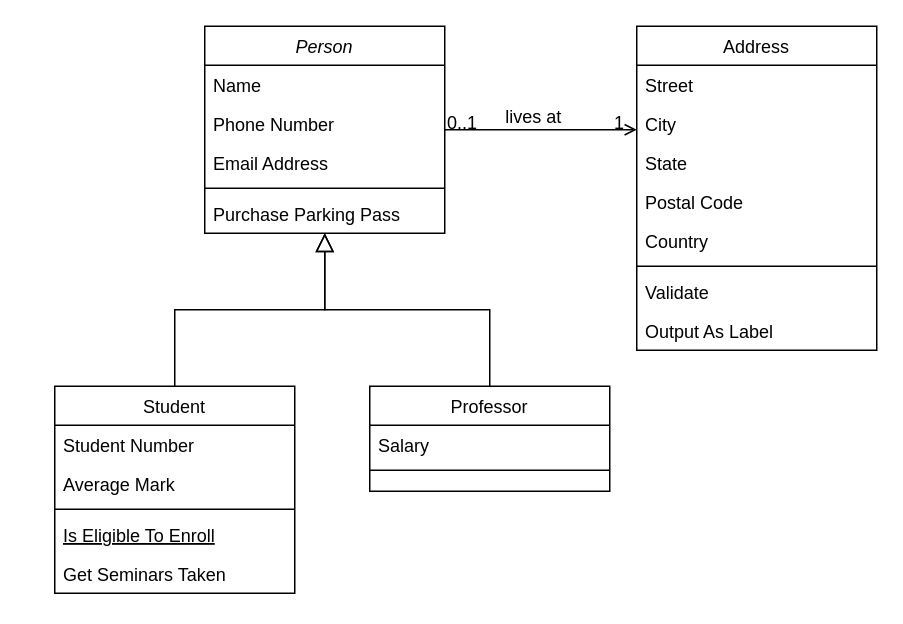
Above: Diagrama sem nome.drawio in Guilhermellg/Banco-de-dados-1-IFSP (draw.io), before the change. Source tidied: cells renumbered, new cells numbered last; positions are measured from the earlier drawing's top-left corner, leaving out a move shared by most shapes. Both pictures are drawn from the tidied source at 150%, with x=0, y=0 at pixel (54, 26).
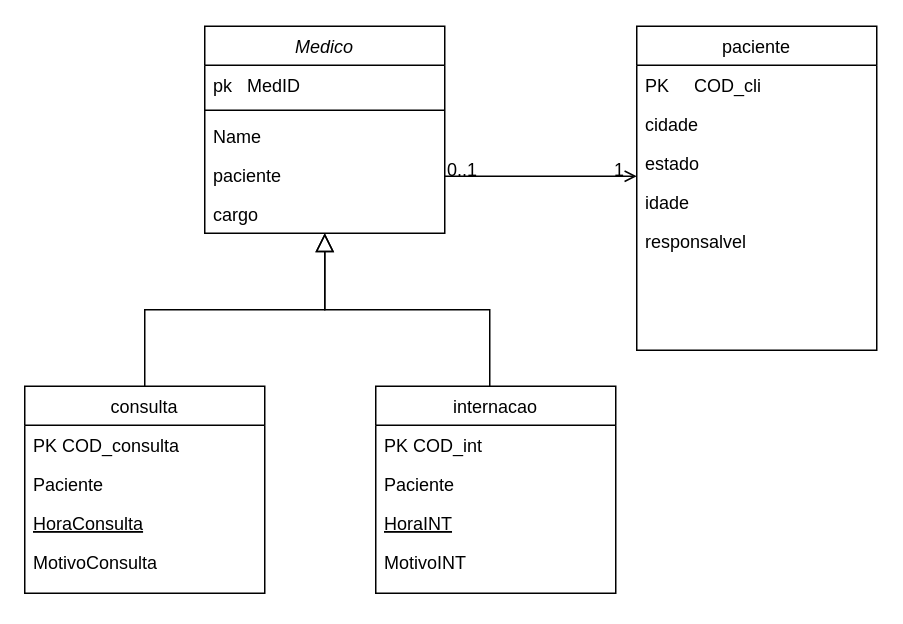
The same page after the edit.

Change to the diagram source:
```diff
@@
-    <mxCell id="2" value="Person" style="swimlane;fontStyle=2;align=center;verticalAlign=top;horizontal=1;startSize=26;rounded=0;shadow=0;strokeWidth=1;" parent="1" vertex="1">
+    <mxCell id="2" value="Medico" style="swimlane;fontStyle=2;align=center;verticalAlign=top;horizontal=1;startSize=26;rounded=0;shadow=0;strokeWidth=1;" parent="1" vertex="1">
       <mxGeometry x="100" width="160" height="138" as="geometry" />
     </mxCell>
+    <mxCell id="7" value="pk   MedID" style="text;align=left;verticalAlign=top;spacingLeft=4;spacingRight=4;overflow=hidden;" parent="2" vertex="1">
+      <mxGeometry y="26" width="160" height="26" as="geometry" />
+    </mxCell>
+    <mxCell id="6" style="line;html=1;strokeWidth=1;align=left;verticalAlign=middle;spacingTop=-1;spacingLeft=3;spacingRight=3;labelPosition=right;" parent="2" vertex="1">
+      <mxGeometry y="52" width="160" height="8" as="geometry" />
+    </mxCell>
     <mxCell id="3" value="Name" style="text;align=left;verticalAlign=top;spacingLeft=4;spacingRight=4;overflow=hidden;" parent="2" vertex="1">
-      <mxGeometry y="26" width="160" height="26" as="geometry" />
+      <mxGeometry y="60" width="160" height="26" as="geometry" />
     </mxCell>
-    <mxCell id="4" value="Phone Number" style="text;align=left;verticalAlign=top;spacingLeft=4;spacingRight=4;overflow=hidden;rounded=0;shadow=0;html=0;" parent="2" vertex="1">
-      <mxGeometry y="52" width="160" height="26" as="geometry" />
+    <mxCell id="4" value="paciente" style="text;align=left;verticalAlign=top;spacingLeft=4;spacingRight=4;overflow=hidden;rounded=0;shadow=0;html=0;" parent="2" vertex="1">
+      <mxGeometry y="86" width="160" height="26" as="geometry" />
     </mxCell>
-    <mxCell id="5" value="Email Address" style="text;align=left;verticalAlign=top;spacingLeft=4;spacingRight=4;overflow=hidden;rounded=0;shadow=0;html=0;" parent="2" vertex="1">
-      <mxGeometry y="78" width="160" height="26" as="geometry" />
+    <mxCell id="5" value="cargo" style="text;align=left;verticalAlign=top;spacingLeft=4;spacingRight=4;overflow=hidden;rounded=0;shadow=0;html=0;" parent="2" vertex="1">
+      <mxGeometry y="112" width="160" height="26" as="geometry" />
     </mxCell>
-    <mxCell id="6" style="line;html=1;strokeWidth=1;align=left;verticalAlign=middle;spacingTop=-1;spacingLeft=3;spacingRight=3;labelPosition=right;" parent="2" vertex="1">
-      <mxGeometry y="104" width="160" height="8" as="geometry" />
-    </mxCell>
-    <mxCell id="7" value="Purchase Parking Pass" style="text;align=left;verticalAlign=top;spacingLeft=4;spacingRight=4;overflow=hidden;" parent="2" vertex="1">
-      <mxGeometry y="112" width="160" height="26" as="geometry" />
-    </mxCell>
-    <mxCell id="8" value="Student" style="swimlane;fontStyle=0;align=center;verticalAlign=top;horizontal=1;startSize=26;rounded=0;shadow=0;strokeWidth=1;" parent="1" vertex="1">
-      <mxGeometry y="240" width="160" height="138" as="geometry" />
+    <mxCell id="8" value="consulta" style="swimlane;fontStyle=0;align=center;verticalAlign=top;horizontal=1;startSize=26;rounded=0;shadow=0;strokeWidth=1;" parent="1" vertex="1">
+      <mxGeometry x="-20" y="240" width="160" height="138" as="geometry" />
     </mxCell>
-    <mxCell id="9" value="Student Number" style="text;align=left;verticalAlign=top;spacingLeft=4;spacingRight=4;overflow=hidden;" parent="8" vertex="1">
+    <mxCell id="9" value="PK COD_consulta" style="text;align=left;verticalAlign=top;spacingLeft=4;spacingRight=4;overflow=hidden;" parent="8" vertex="1">
       <mxGeometry y="26" width="160" height="26" as="geometry" />
     </mxCell>
-    <mxCell id="10" value="Average Mark" style="text;align=left;verticalAlign=top;spacingLeft=4;spacingRight=4;overflow=hidden;rounded=0;shadow=0;html=0;" parent="8" vertex="1">
+    <mxCell id="10" value="Paciente" style="text;align=left;verticalAlign=top;spacingLeft=4;spacingRight=4;overflow=hidden;rounded=0;shadow=0;html=0;" parent="8" vertex="1">
       <mxGeometry y="52" width="160" height="26" as="geometry" />
     </mxCell>
-    <mxCell id="11" style="line;html=1;strokeWidth=1;align=left;verticalAlign=middle;spacingTop=-1;spacingLeft=3;spacingRight=3;labelPosition=right;" parent="8" vertex="1">
-      <mxGeometry y="78" width="160" height="8" as="geometry" />
-    </mxCell>
-    <mxCell id="12" value="Is Eligible To Enroll" style="text;align=left;verticalAlign=top;spacingLeft=4;spacingRight=4;overflow=hidden;fontStyle=4;" parent="8" vertex="1">
-      <mxGeometry y="86" width="160" height="26" as="geometry" />
+    <mxCell id="12" value="HoraConsulta" style="text;align=left;verticalAlign=top;spacingLeft=4;spacingRight=4;overflow=hidden;fontStyle=4;" parent="8" vertex="1">
+      <mxGeometry y="78" width="160" height="26" as="geometry" />
     </mxCell>
-    <mxCell id="13" value="Get Seminars Taken" style="text;align=left;verticalAlign=top;spacingLeft=4;spacingRight=4;overflow=hidden;" parent="8" vertex="1">
-      <mxGeometry y="112" width="160" height="26" as="geometry" />
+    <mxCell id="13" value="MotivoConsulta" style="text;align=left;verticalAlign=top;spacingLeft=4;spacingRight=4;overflow=hidden;" parent="8" vertex="1">
+      <mxGeometry y="104" width="160" height="26" as="geometry" />
     </mxCell>
@@
-    <mxCell id="15" value="Professor" style="swimlane;fontStyle=0;align=center;verticalAlign=top;horizontal=1;startSize=26;rounded=0;shadow=0;strokeWidth=1;" parent="1" vertex="1">
-      <mxGeometry x="210" y="240" width="160" height="70" as="geometry" />
-    </mxCell>
-    <mxCell id="16" value="Salary" style="text;align=left;verticalAlign=top;spacingLeft=4;spacingRight=4;overflow=hidden;" parent="15" vertex="1">
-      <mxGeometry y="26" width="160" height="26" as="geometry" />
-    </mxCell>
-    <mxCell id="17" style="line;html=1;strokeWidth=1;align=left;verticalAlign=middle;spacingTop=-1;spacingLeft=3;spacingRight=3;labelPosition=right;" parent="15" vertex="1">
-      <mxGeometry y="52" width="160" height="8" as="geometry" />
-    </mxCell>
-    <mxCell id="18" style="endArrow=block;endSize=10;endFill=0;shadow=0;strokeWidth=1;rounded=0;curved=0;edgeStyle=elbowEdgeStyle;elbow=vertical;" parent="1" edge="1" source="15" target="2">
-      <mxGeometry relative="1" as="geometry" />
+    <mxCell id="18" style="endArrow=block;endSize=10;endFill=0;shadow=0;strokeWidth=1;rounded=0;curved=0;edgeStyle=elbowEdgeStyle;elbow=vertical;" parent="1" edge="1" target="2">
+      <mxGeometry relative="1" as="geometry">
+        <mxPoint x="290" y="240" as="sourcePoint" />
+      </mxGeometry>
     </mxCell>
-    <mxCell id="19" value="Address" style="swimlane;fontStyle=0;align=center;verticalAlign=top;horizontal=1;startSize=26;rounded=0;shadow=0;strokeWidth=1;" parent="1" vertex="1">
+    <mxCell id="19" value="paciente" style="swimlane;fontStyle=0;align=center;verticalAlign=top;horizontal=1;startSize=26;rounded=0;shadow=0;strokeWidth=1;" parent="1" vertex="1">
       <mxGeometry x="388" width="160" height="216" as="geometry" />
     </mxCell>
-    <mxCell id="20" value="Street" style="text;align=left;verticalAlign=top;spacingLeft=4;spacingRight=4;overflow=hidden;" parent="19" vertex="1">
+    <mxCell id="20" value="PK     COD_cli" style="text;align=left;verticalAlign=top;spacingLeft=4;spacingRight=4;overflow=hidden;" parent="19" vertex="1">
       <mxGeometry y="26" width="160" height="26" as="geometry" />
     </mxCell>
-    <mxCell id="21" value="City" style="text;align=left;verticalAlign=top;spacingLeft=4;spacingRight=4;overflow=hidden;rounded=0;shadow=0;html=0;" parent="19" vertex="1">
+    <mxCell id="21" value="cidade" style="text;align=left;verticalAlign=top;spacingLeft=4;spacingRight=4;overflow=hidden;rounded=0;shadow=0;html=0;" parent="19" vertex="1">
       <mxGeometry y="52" width="160" height="26" as="geometry" />
     </mxCell>
-    <mxCell id="22" value="State" style="text;align=left;verticalAlign=top;spacingLeft=4;spacingRight=4;overflow=hidden;rounded=0;shadow=0;html=0;" parent="19" vertex="1">
+    <mxCell id="22" value="estado" style="text;align=left;verticalAlign=top;spacingLeft=4;spacingRight=4;overflow=hidden;rounded=0;shadow=0;html=0;" parent="19" vertex="1">
       <mxGeometry y="78" width="160" height="26" as="geometry" />
     </mxCell>
-    <mxCell id="23" value="Postal Code" style="text;align=left;verticalAlign=top;spacingLeft=4;spacingRight=4;overflow=hidden;rounded=0;shadow=0;html=0;" parent="19" vertex="1">
-      <mxGeometry y="104" width="160" height="26" as="geometry" />
-    </mxCell>
-    <mxCell id="24" value="Country" style="text;align=left;verticalAlign=top;spacingLeft=4;spacingRight=4;overflow=hidden;rounded=0;shadow=0;html=0;" parent="19" vertex="1">
-      <mxGeometry y="130" width="160" height="26" as="geometry" />
-    </mxCell>
-    <mxCell id="25" style="line;html=1;strokeWidth=1;align=left;verticalAlign=middle;spacingTop=-1;spacingLeft=3;spacingRight=3;labelPosition=right;" parent="19" vertex="1">
-      <mxGeometry y="156" width="160" height="8" as="geometry" />
-    </mxCell>
-    <mxCell id="26" value="Validate" style="text;align=left;verticalAlign=top;spacingLeft=4;spacingRight=4;overflow=hidden;" parent="19" vertex="1">
-      <mxGeometry y="164" width="160" height="26" as="geometry" />
+    <mxCell id="26" value="idade" style="text;align=left;verticalAlign=top;spacingLeft=4;spacingRight=4;overflow=hidden;" parent="19" vertex="1">
+      <mxGeometry y="104" width="160" height="26" as="geometry" />
     </mxCell>
-    <mxCell id="27" value="Output As Label" style="text;align=left;verticalAlign=top;spacingLeft=4;spacingRight=4;overflow=hidden;" parent="19" vertex="1">
-      <mxGeometry y="190" width="160" height="26" as="geometry" />
+    <mxCell id="27" value="responsalvel" style="text;align=left;verticalAlign=top;spacingLeft=4;spacingRight=4;overflow=hidden;" parent="19" vertex="1">
+      <mxGeometry y="130" width="160" height="26" as="geometry" />
     </mxCell>
     <mxCell id="28" style="endArrow=open;shadow=0;strokeWidth=1;rounded=0;curved=0;endFill=1;edgeStyle=elbowEdgeStyle;elbow=vertical;" parent="1" edge="1" source="2" target="19">
       <mxGeometry x="0.5" y="41" relative="1" as="geometry">
+        <Array as="points">
+          <mxPoint x="310" y="100" />
+        </Array>
         <mxPoint x="-40" y="32" as="offset" />
       </mxGeometry>
     </mxCell>
@@
-    <mxCell id="31" value="lives at" style="text;html=1;align=center;verticalAlign=middle;labelBackgroundColor=none;rounded=0;shadow=0;strokeWidth=1;fontSize=12;" parent="28" vertex="1">
-      <mxGeometry x="0.5" y="49" relative="1" as="geometry">
-        <mxPoint x="-38" y="40" as="offset" />
-      </mxGeometry>
-    </mxCell>
+    <mxCell id="32" value="internacao" style="swimlane;fontStyle=0;align=center;verticalAlign=top;horizontal=1;startSize=26;rounded=0;shadow=0;strokeWidth=1;" parent="1" vertex="1">
+      <mxGeometry x="214" y="240" width="160" height="138" as="geometry" />
+    </mxCell>
+    <mxCell id="33" value="PK COD_int" style="text;align=left;verticalAlign=top;spacingLeft=4;spacingRight=4;overflow=hidden;" parent="32" vertex="1">
+      <mxGeometry y="26" width="160" height="26" as="geometry" />
+    </mxCell>
+    <mxCell id="34" value="Paciente" style="text;align=left;verticalAlign=top;spacingLeft=4;spacingRight=4;overflow=hidden;rounded=0;shadow=0;html=0;" parent="32" vertex="1">
+      <mxGeometry y="52" width="160" height="26" as="geometry" />
+    </mxCell>
+    <mxCell id="35" value="HoraINT" style="text;align=left;verticalAlign=top;spacingLeft=4;spacingRight=4;overflow=hidden;fontStyle=4;" parent="32" vertex="1">
+      <mxGeometry y="78" width="160" height="26" as="geometry" />
+    </mxCell>
+    <mxCell id="36" value="MotivoINT" style="text;align=left;verticalAlign=top;spacingLeft=4;spacingRight=4;overflow=hidden;" parent="32" vertex="1">
+      <mxGeometry y="104" width="160" height="26" as="geometry" />
+    </mxCell>
```
